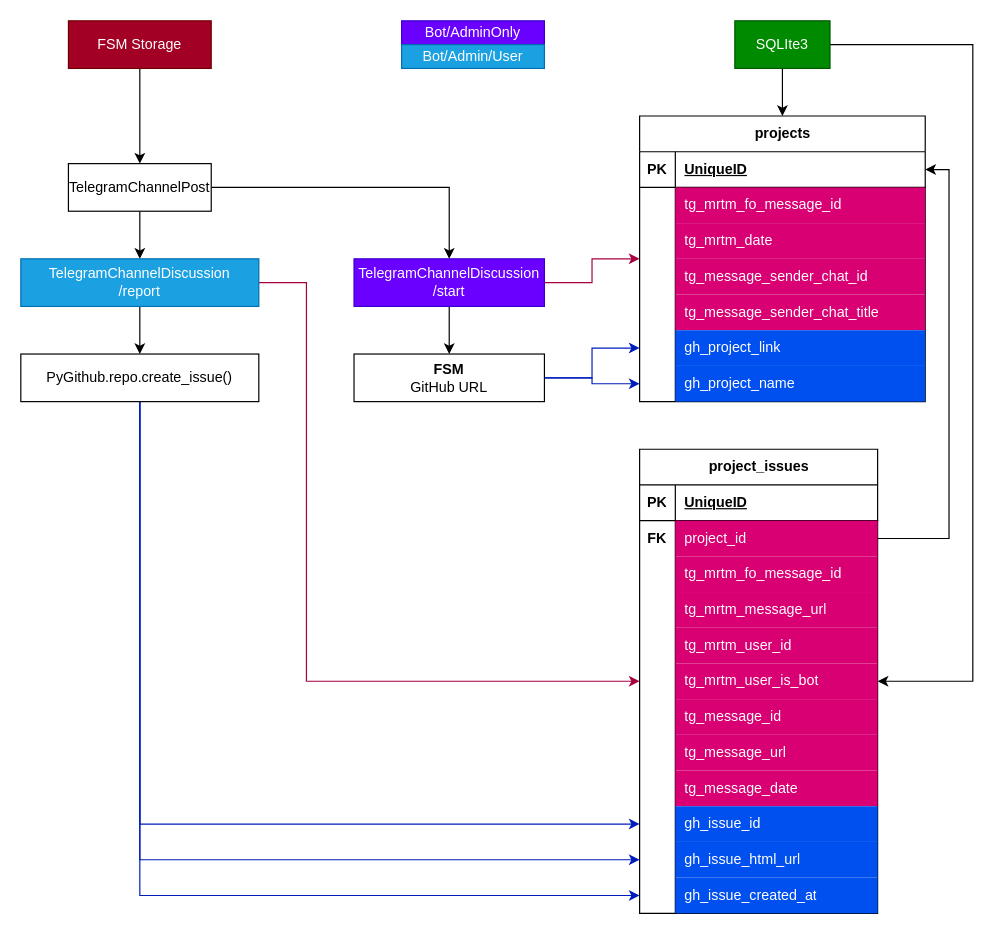
Earlier version of the draw.io diagram docs/readme/Diagram.drawio (ames0k0/IssueTracker). Source tidied: cells renumbered, new cells numbered last; positions are measured from the earlier drawing's top-left corner, leaving out a move shared by most shapes. Both pictures are drawn from the tidied source at 119%, with x=0, y=0 at pixel (20, 20).
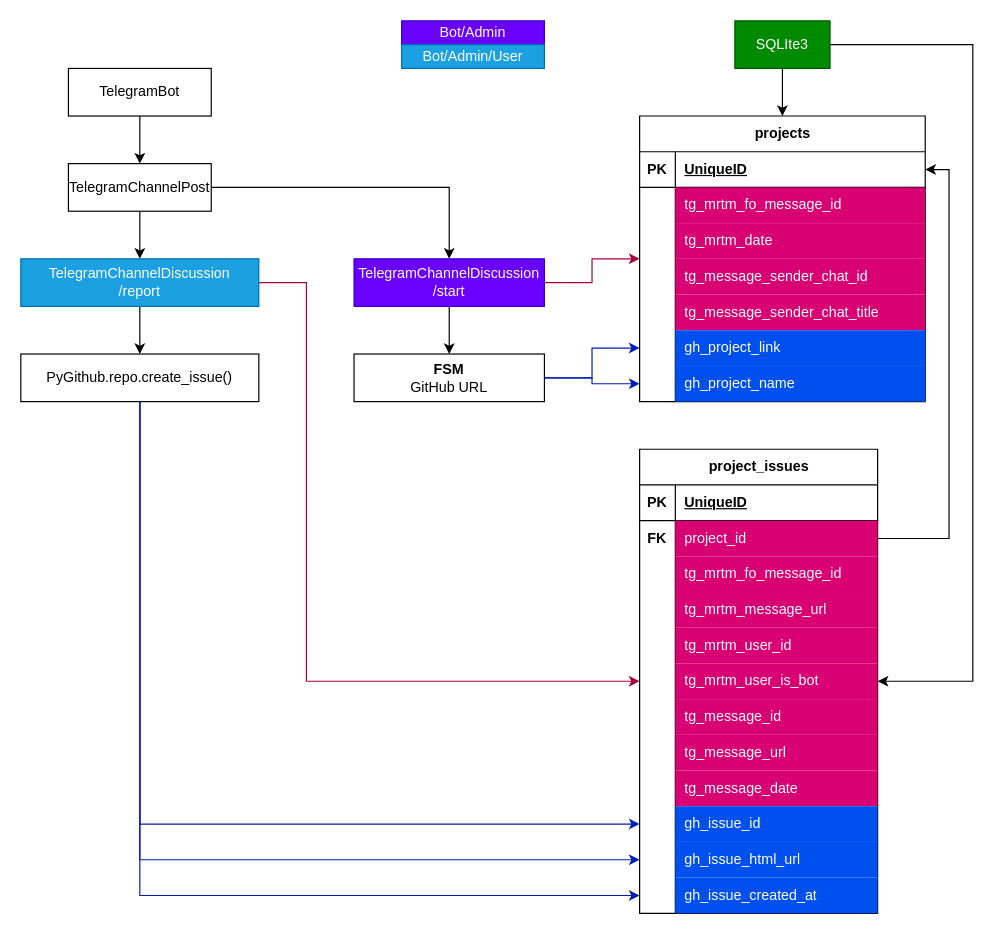
The same diagram, later.

Unchanged cells that the change refers to:
```xml
<mxCell id="4" value="TelegramChannelPost" style="rounded=0;whiteSpace=wrap;html=1;" parent="1" vertex="1">
  <mxGeometry x="40" y="120" width="120" height="40" as="geometry" />
</mxCell>
```

The edit, as a diff of the source:
```diff
@@
-    <mxCell id="8" style="edgeStyle=orthogonalEdgeStyle;rounded=0;jettySize=auto;html=1;" parent="1" edge="1" source="9" target="4">
-      <mxGeometry relative="1" as="geometry" />
-    </mxCell>
-    <mxCell id="9" value="FSM Storage" style="whiteSpace=wrap;html=1;rounded=0;fillColor=#a20025;fontColor=#ffffff;strokeColor=#6F0000;" parent="1" vertex="1">
-      <mxGeometry x="40" width="120" height="40" as="geometry" />
-    </mxCell>
@@
-    <mxCell id="83" value="Bot/AdminOnly" style="whiteSpace=wrap;html=1;fillColor=#6a00ff;fontColor=#ffffff;strokeColor=#3700CC;" parent="1" vertex="1">
+    <mxCell id="83" value="Bot/Admin" style="whiteSpace=wrap;html=1;fillColor=#6a00ff;fontColor=#ffffff;strokeColor=#3700CC;" parent="1" vertex="1">
       <mxGeometry x="320" width="120" height="20" as="geometry" />
     </mxCell>
@@
+    <mxCell id="85" style="edgeStyle=orthogonalEdgeStyle;rounded=0;jettySize=auto;html=1;" parent="1" edge="1" source="86" target="4">
+      <mxGeometry relative="1" as="geometry" />
+    </mxCell>
+    <mxCell id="86" value="TelegramBot" style="rounded=0;whiteSpace=wrap;html=1;" parent="1" vertex="1">
+      <mxGeometry x="40" y="40" width="120" height="40" as="geometry" />
+    </mxCell>
```
